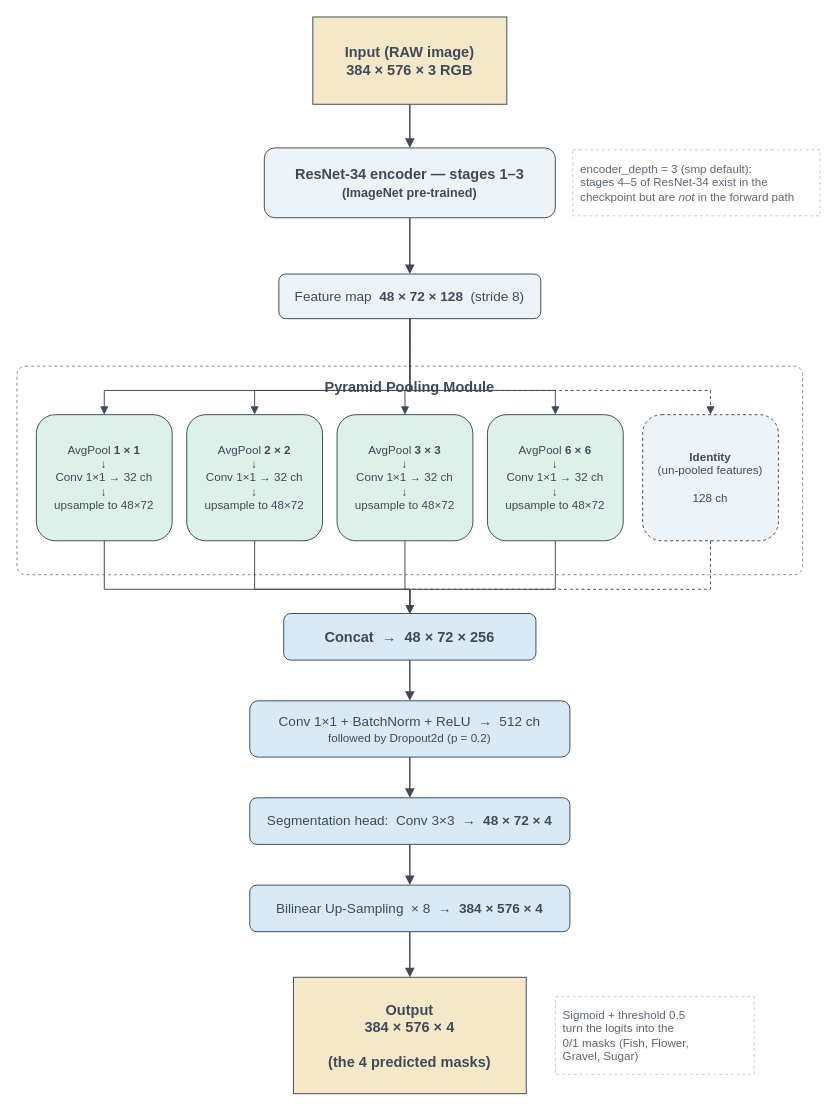
Above: reports/figures/06-model-pspnet-rosner-architecture.drawio in YOHANCOHENCODES/jun26_bcds_cloud_segmentation (draw.io), before the change. Source tidied: cells renumbered, new cells numbered last; positions are measured from the earlier drawing's top-left corner, leaving out a move shared by most shapes. Both pictures are drawn from the tidied source at 97%, with x=0, y=0 at pixel (16, 16).
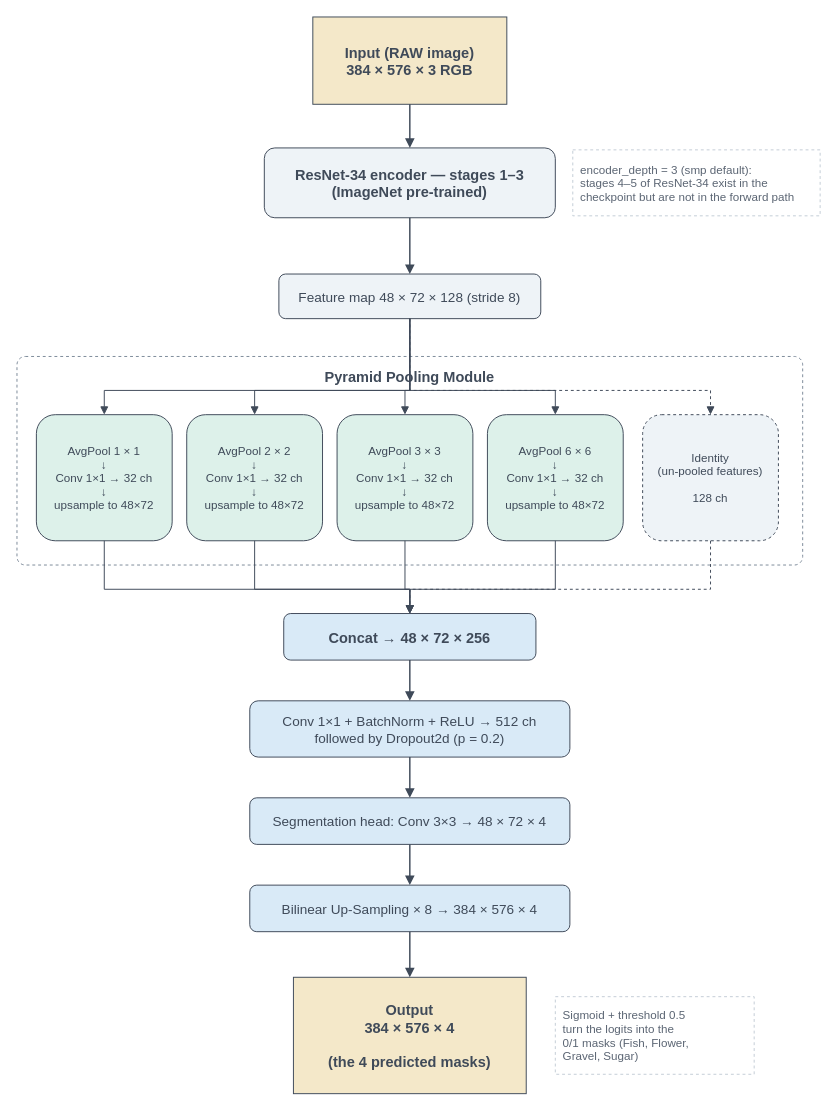
Above is the later version.

Commit message (it also covers changes not shown here):
Adding content to the PSPNet page

Diff of the diagram source:
```diff
@@
-    <mxCell id="2" style="whiteSpace=wrap;html=1;fillColor=#F4E8C9;strokeColor=#3F4A59;" parent="1" vertex="1">
+    <mxCell id="2" style="fillColor=#F4E8C9;strokeColor=#3F4A59;" parent="1" vertex="1">
       <mxGeometry x="305" width="200" height="90" as="geometry" />
     </mxCell>
-    <mxCell id="3" value="Input (RAW image)&lt;br&gt;&lt;b&gt;384 × 576 × 3&lt;/b&gt; RGB" style="text;html=1;strokeColor=none;fillColor=none;align=center;verticalAlign=middle;fontColor=#3F4A59;fontSize=15;fontStyle=1;whiteSpace=wrap;" parent="1" vertex="1">
+    <mxCell id="3" value="Input (RAW image)&#10;384 × 576 × 3 RGB" style="text;strokeColor=none;fillColor=none;align=center;verticalAlign=middle;fontColor=#3F4A59;fontSize=15;fontStyle=1;" parent="1" vertex="1">
       <mxGeometry x="310" y="22" width="190" height="46" as="geometry" />
     </mxCell>
@@
-    <mxCell id="5" value="ResNet-34 encoder — stages 1–3&lt;br&gt;&lt;font style=&quot;font-size: 13px;&quot;&gt;(ImageNet pre-trained)&lt;/font&gt;" style="rounded=1;whiteSpace=wrap;html=1;fillColor=#EEF3F7;strokeColor=#3F4A59;fontColor=#3F4A59;fontSize=15;fontStyle=1;" parent="1" vertex="1">
+    <mxCell id="5" value="ResNet-34 encoder — stages 1–3&#10;(ImageNet pre-trained)" style="rounded=1;fillColor=#EEF3F7;strokeColor=#3F4A59;fontColor=#3F4A59;fontSize=15;fontStyle=1;" parent="1" vertex="1">
       <mxGeometry x="255" y="135" width="300" height="72" as="geometry" />
     </mxCell>
-    <mxCell id="6" value="encoder_depth = 3 (smp default):&lt;br&gt;stages 4–5 of ResNet-34 exist in the&lt;br&gt;checkpoint but are &lt;i&gt;not&lt;/i&gt; in the forward path" style="text;html=1;strokeColor=#C4CDD6;dashed=1;fillColor=none;align=left;verticalAlign=middle;fontColor=#5B6573;fontSize=12;whiteSpace=wrap;spacingLeft=6;" parent="1" vertex="1">
+    <mxCell id="6" value="encoder_depth = 3 (smp default):&#10;stages 4–5 of ResNet-34 exist in the&#10;checkpoint but are not in the forward path" style="text;strokeColor=#C4CDD6;dashed=1;fillColor=none;align=left;verticalAlign=middle;fontColor=#5B6573;fontSize=12;spacingLeft=6;" parent="1" vertex="1">
       <mxGeometry x="573" y="137" width="255" height="68" as="geometry" />
     </mxCell>
@@
-    <mxCell id="8" value="Feature map&amp;nbsp; &lt;b&gt;48 × 72 × 128&lt;/b&gt;&amp;nbsp; (stride 8)" style="rounded=1;whiteSpace=wrap;html=1;fillColor=#EEF3F7;strokeColor=#3F4A59;fontColor=#3F4A59;fontSize=14;fontStyle=0;" parent="1" vertex="1">
+    <mxCell id="8" value="Feature map 48 × 72 × 128 (stride 8)" style="rounded=1;fillColor=#EEF3F7;strokeColor=#3F4A59;fontColor=#3F4A59;fontSize=14;fontStyle=0;" parent="1" vertex="1">
       <mxGeometry x="270" y="265" width="270" height="46" as="geometry" />
     </mxCell>
-    <mxCell id="9" value="Pyramid Pooling Module" style="rounded=1;whiteSpace=wrap;html=1;fillColor=none;strokeColor=#7C8A99;dashed=1;fontColor=#3F4A59;fontSize=15;fontStyle=1;verticalAlign=top;spacingTop=6;arcSize=4;" parent="1" vertex="1">
-      <mxGeometry y="360" width="810" height="215" as="geometry" />
+    <mxCell id="9" value="Pyramid Pooling Module" style="rounded=1;fillColor=none;strokeColor=#7C8A99;dashed=1;fontColor=#3F4A59;fontSize=15;fontStyle=1;verticalAlign=top;spacingTop=6;arcSize=4;" parent="1" vertex="1">
+      <mxGeometry y="350" width="810" height="215" as="geometry" />
     </mxCell>
-    <mxCell id="10" value="AvgPool &lt;b&gt;1 × 1&lt;/b&gt;&lt;br&gt;↓&lt;br&gt;Conv 1×1 → 32 ch&lt;br&gt;↓&lt;br&gt;upsample to 48×72" style="rounded=1;whiteSpace=wrap;html=1;fillColor=#DDF1EA;strokeColor=#3F4A59;fontColor=#3F4A59;fontSize=12;" parent="1" vertex="1">
+    <mxCell id="10" value="AvgPool 1 × 1&#10;↓&#10;Conv 1×1 → 32 ch&#10;↓&#10;upsample to 48×72" style="rounded=1;fillColor=#DDF1EA;strokeColor=#3F4A59;fontColor=#3F4A59;fontSize=12;" parent="1" vertex="1">
       <mxGeometry x="20" y="410" width="140" height="130" as="geometry" />
     </mxCell>
-    <mxCell id="11" value="AvgPool &lt;b&gt;2 × 2&lt;/b&gt;&lt;br&gt;↓&lt;br&gt;Conv 1×1 → 32 ch&lt;br&gt;↓&lt;br&gt;upsample to 48×72" style="rounded=1;whiteSpace=wrap;html=1;fillColor=#DDF1EA;strokeColor=#3F4A59;fontColor=#3F4A59;fontSize=12;" parent="1" vertex="1">
+    <mxCell id="11" value="AvgPool 2 × 2&#10;↓&#10;Conv 1×1 → 32 ch&#10;↓&#10;upsample to 48×72" style="rounded=1;fillColor=#DDF1EA;strokeColor=#3F4A59;fontColor=#3F4A59;fontSize=12;" parent="1" vertex="1">
       <mxGeometry x="175" y="410" width="140" height="130" as="geometry" />
     </mxCell>
-    <mxCell id="12" value="AvgPool &lt;b&gt;3 × 3&lt;/b&gt;&lt;br&gt;↓&lt;br&gt;Conv 1×1 → 32 ch&lt;br&gt;↓&lt;br&gt;upsample to 48×72" style="rounded=1;whiteSpace=wrap;html=1;fillColor=#DDF1EA;strokeColor=#3F4A59;fontColor=#3F4A59;fontSize=12;" parent="1" vertex="1">
+    <mxCell id="12" value="AvgPool 3 × 3&#10;↓&#10;Conv 1×1 → 32 ch&#10;↓&#10;upsample to 48×72" style="rounded=1;fillColor=#DDF1EA;strokeColor=#3F4A59;fontColor=#3F4A59;fontSize=12;" parent="1" vertex="1">
       <mxGeometry x="330" y="410" width="140" height="130" as="geometry" />
     </mxCell>
-    <mxCell id="13" value="AvgPool &lt;b&gt;6 × 6&lt;/b&gt;&lt;br&gt;↓&lt;br&gt;Conv 1×1 → 32 ch&lt;br&gt;↓&lt;br&gt;upsample to 48×72" style="rounded=1;whiteSpace=wrap;html=1;fillColor=#DDF1EA;strokeColor=#3F4A59;fontColor=#3F4A59;fontSize=12;" parent="1" vertex="1">
+    <mxCell id="13" value="AvgPool 6 × 6&#10;↓&#10;Conv 1×1 → 32 ch&#10;↓&#10;upsample to 48×72" style="rounded=1;fillColor=#DDF1EA;strokeColor=#3F4A59;fontColor=#3F4A59;fontSize=12;" parent="1" vertex="1">
       <mxGeometry x="485" y="410" width="140" height="130" as="geometry" />
     </mxCell>
-    <mxCell id="14" value="&lt;b&gt;Identity&lt;/b&gt;&lt;br&gt;(un-pooled features)&lt;br&gt;&lt;br&gt;128 ch" style="rounded=1;whiteSpace=wrap;html=1;fillColor=#EEF3F7;strokeColor=#3F4A59;dashed=1;fontColor=#3F4A59;fontSize=12;" parent="1" vertex="1">
+    <mxCell id="14" value="Identity&#10;(un-pooled features)&#10;&#10;128 ch" style="rounded=1;fillColor=#EEF3F7;strokeColor=#3F4A59;dashed=1;fontColor=#3F4A59;fontSize=12;" parent="1" vertex="1">
       <mxGeometry x="645" y="410" width="140" height="130" as="geometry" />
     </mxCell>
@@
-    <mxCell id="20" value="Concat&amp;nbsp; →&amp;nbsp; &lt;b&gt;48 × 72 × 256&lt;/b&gt;" style="rounded=1;whiteSpace=wrap;html=1;fillColor=#D9EAF7;strokeColor=#3F4A59;fontColor=#3F4A59;fontSize=15;fontStyle=1;" parent="1" vertex="1">
+    <mxCell id="20" value="Concat → 48 × 72 × 256" style="rounded=1;fillColor=#D9EAF7;strokeColor=#3F4A59;fontColor=#3F4A59;fontSize=15;fontStyle=1;" parent="1" vertex="1">
       <mxGeometry x="275" y="615" width="260" height="48" as="geometry" />
     </mxCell>
@@
-    <mxCell id="27" value="Conv 1×1 + BatchNorm + ReLU&amp;nbsp; →&amp;nbsp; 512 ch&lt;br&gt;&lt;font style=&quot;font-size: 12px;&quot;&gt;followed by Dropout2d (p = 0.2)&lt;/font&gt;" style="rounded=1;whiteSpace=wrap;html=1;fillColor=#D9EAF7;strokeColor=#3F4A59;fontColor=#3F4A59;fontSize=14;fontStyle=0;" parent="1" vertex="1">
+    <mxCell id="27" value="Conv 1×1 + BatchNorm + ReLU → 512 ch&#10;followed by Dropout2d (p = 0.2)" style="rounded=1;fillColor=#D9EAF7;strokeColor=#3F4A59;fontColor=#3F4A59;fontSize=14;fontStyle=0;" parent="1" vertex="1">
       <mxGeometry x="240" y="705" width="330" height="58" as="geometry" />
     </mxCell>
@@
-    <mxCell id="29" value="Segmentation head:&amp;nbsp; Conv 3×3&amp;nbsp; →&amp;nbsp; &lt;b&gt;48 × 72 × 4&lt;/b&gt;" style="rounded=1;whiteSpace=wrap;html=1;fillColor=#D9EAF7;strokeColor=#3F4A59;fontColor=#3F4A59;fontSize=14;" parent="1" vertex="1">
+    <mxCell id="29" value="Segmentation head: Conv 3×3 → 48 × 72 × 4" style="rounded=1;fillColor=#D9EAF7;strokeColor=#3F4A59;fontColor=#3F4A59;fontSize=14;" parent="1" vertex="1">
       <mxGeometry x="240" y="805" width="330" height="48" as="geometry" />
     </mxCell>
@@
-    <mxCell id="31" value="Bilinear Up-Sampling&amp;nbsp; × 8&amp;nbsp; →&amp;nbsp; &lt;b&gt;384 × 576 × 4&lt;/b&gt;" style="rounded=1;whiteSpace=wrap;html=1;fillColor=#D9EAF7;strokeColor=#3F4A59;fontColor=#3F4A59;fontSize=14;" parent="1" vertex="1">
+    <mxCell id="31" value="Bilinear Up-Sampling × 8 → 384 × 576 × 4" style="rounded=1;fillColor=#D9EAF7;strokeColor=#3F4A59;fontColor=#3F4A59;fontSize=14;" parent="1" vertex="1">
       <mxGeometry x="240" y="895" width="330" height="48" as="geometry" />
     </mxCell>
@@
-    <mxCell id="33" style="whiteSpace=wrap;html=1;fillColor=#F4E8C9;strokeColor=#3F4A59;" parent="1" vertex="1">
+    <mxCell id="33" style="fillColor=#F4E8C9;strokeColor=#3F4A59;" parent="1" vertex="1">
       <mxGeometry x="285" y="990" width="240" height="120" as="geometry" />
     </mxCell>
-    <mxCell id="34" value="Output&lt;br&gt;&lt;b&gt;384 × 576 × 4&lt;/b&gt;&lt;br&gt;&lt;br&gt;(the 4 predicted masks)" style="text;html=1;strokeColor=none;fillColor=none;align=center;verticalAlign=middle;fontColor=#3F4A59;fontSize=15;fontStyle=1;whiteSpace=wrap;" parent="1" vertex="1">
+    <mxCell id="34" value="Output&#10;384 × 576 × 4&#10;&#10;(the 4 predicted masks)" style="text;strokeColor=none;fillColor=none;align=center;verticalAlign=middle;fontColor=#3F4A59;fontSize=15;fontStyle=1;" parent="1" vertex="1">
       <mxGeometry x="290" y="1015" width="230" height="70" as="geometry" />
     </mxCell>
-    <mxCell id="35" value="Sigmoid + threshold 0.5&lt;br&gt;turn the logits into the&lt;br&gt;0/1 masks (Fish, Flower,&lt;br&gt;Gravel, Sugar)" style="text;html=1;strokeColor=#C4CDD6;dashed=1;fillColor=none;align=left;verticalAlign=middle;fontColor=#5B6573;fontSize=12;whiteSpace=wrap;spacingLeft=6;" parent="1" vertex="1">
+    <mxCell id="35" value="Sigmoid + threshold 0.5&#10;turn the logits into the&#10;0/1 masks (Fish, Flower,&#10;Gravel, Sugar)" style="text;strokeColor=#C4CDD6;dashed=1;fillColor=none;align=left;verticalAlign=middle;fontColor=#5B6573;fontSize=12;spacingLeft=6;" parent="1" vertex="1">
       <mxGeometry x="555" y="1010" width="205" height="80" as="geometry" />
     </mxCell>
```
